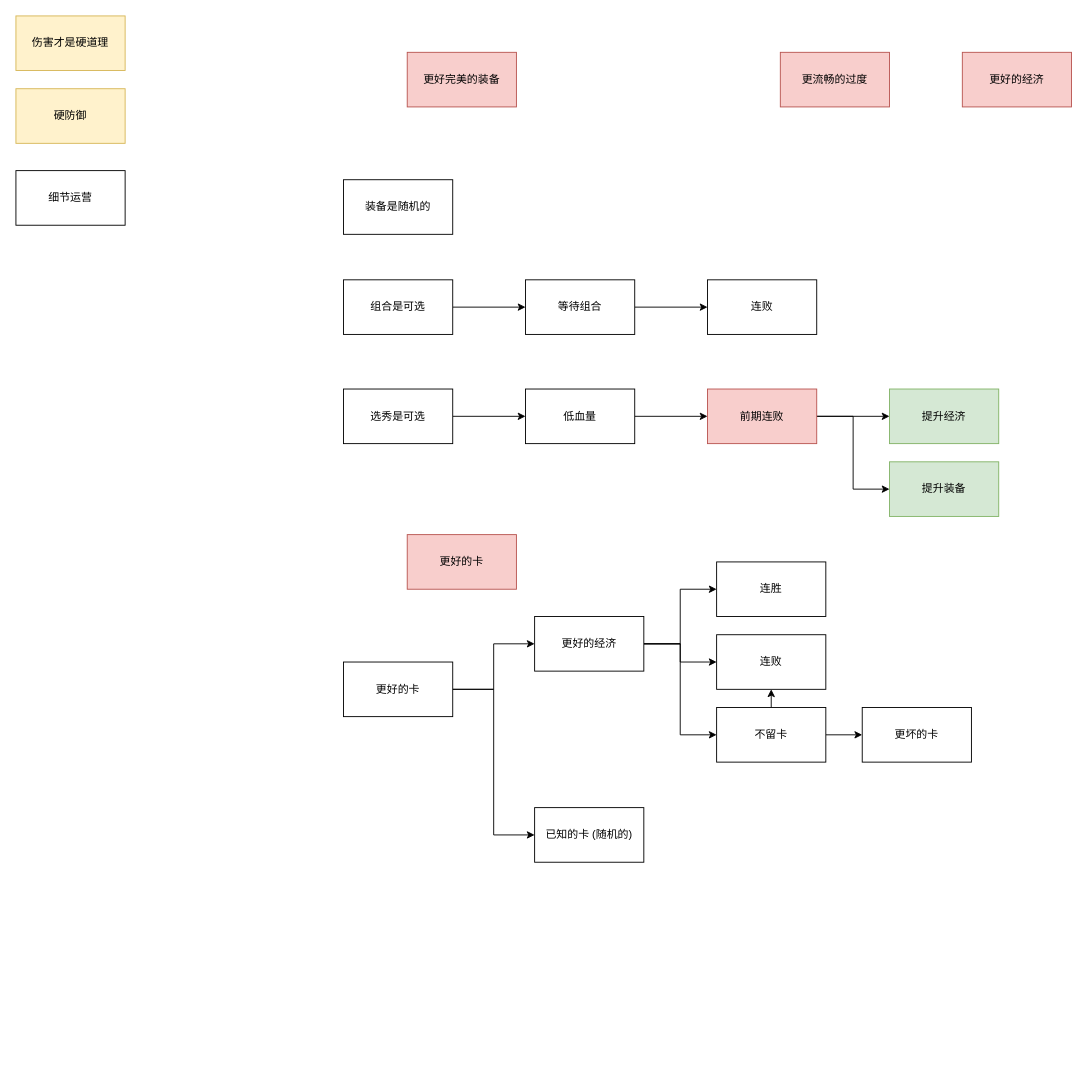
idbanfan/drawio keeps this draw.io diagram as page "胜利策略" (3 of 3) of 未命名绘图.drawio. Above is the earlier version. Source tidied: cells renumbered, new cells numbered last; positions are measured from the earlier drawing's top-left corner, leaving out a move shared by most shapes. Both pictures are drawn from the tidied source at 91%, with x=0, y=0 at pixel (15, 15).
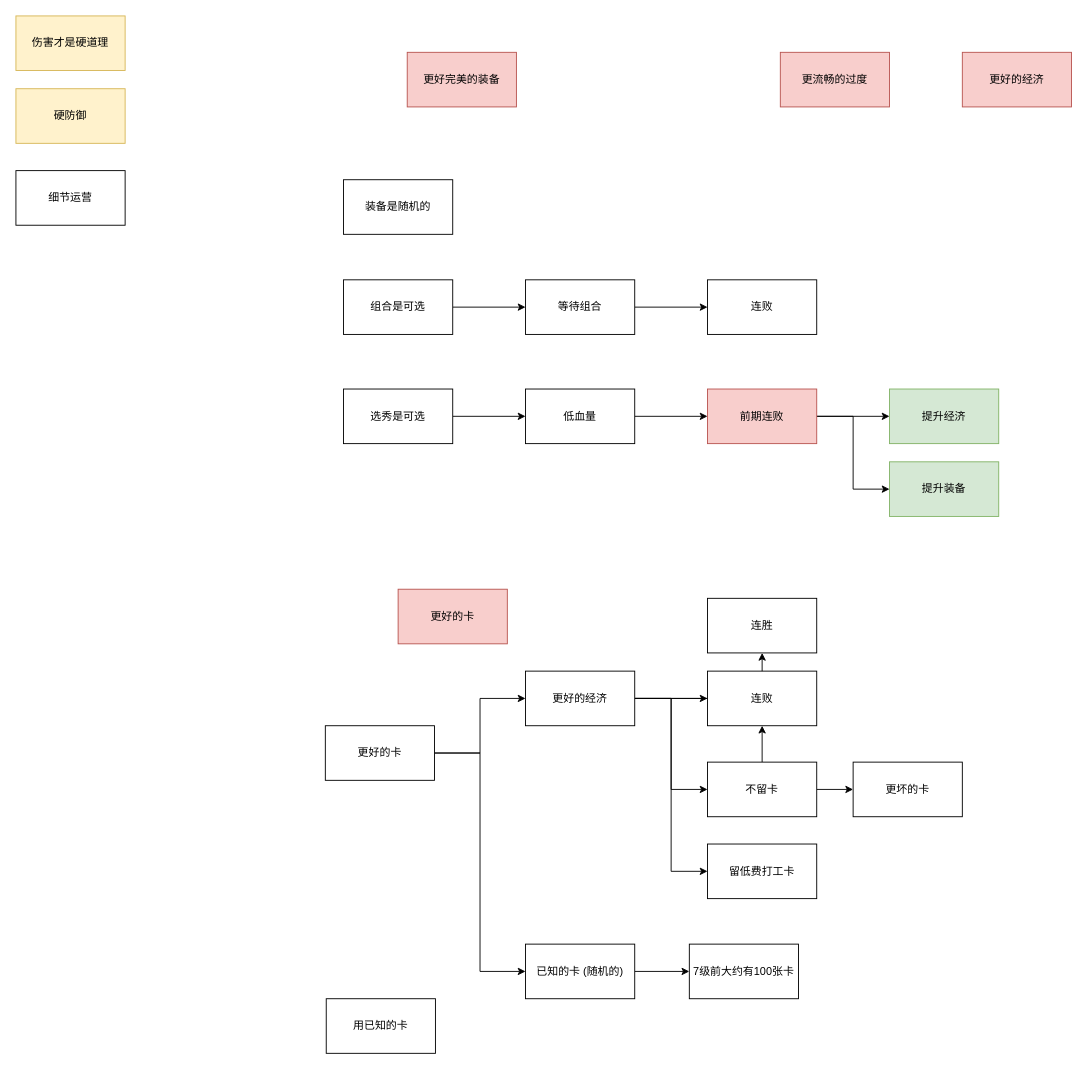
The same page after the edit.

Commit message:
更新未命名绘图.drawio

Change to the diagram source:
```diff
@@
     <mxCell id="3" value="更好的卡" style="rounded=0;whiteSpace=wrap;html=1;fillColor=#f8cecc;strokeColor=#b85450;" parent="1" vertex="1">
-      <mxGeometry x="430" y="570" width="120" height="60" as="geometry" />
+      <mxGeometry x="420" y="630" width="120" height="60" as="geometry" />
     </mxCell>
@@
     <mxCell id="26" value="更好的卡" style="rounded=0;whiteSpace=wrap;html=1;" parent="1" vertex="1">
-      <mxGeometry x="360" y="710" width="120" height="60" as="geometry" />
+      <mxGeometry x="340" y="780" width="120" height="60" as="geometry" />
     </mxCell>
+    <mxCell id="38" style="edgeStyle=orthogonalEdgeStyle;rounded=0;jettySize=auto;html=1;" parent="1" edge="1" source="27" target="42">
+      <mxGeometry relative="1" as="geometry" />
+    </mxCell>
     <mxCell id="27" value="已知的卡 (随机的)" style="rounded=0;whiteSpace=wrap;html=1;" parent="1" vertex="1">
-      <mxGeometry x="570" y="870" width="120" height="60" as="geometry" />
+      <mxGeometry x="560" y="1020" width="120" height="60" as="geometry" />
     </mxCell>
@@
+    <mxCell id="39" style="edgeStyle=orthogonalEdgeStyle;rounded=0;jettySize=auto;html=1;entryX=0;entryY=0.5;entryDx=0;entryDy=0;" parent="1" edge="1" source="31" target="40">
+      <mxGeometry relative="1" as="geometry" />
+    </mxCell>
     <mxCell id="31" value="更好的经济" style="whiteSpace=wrap;html=1;rounded=0;" parent="1" vertex="1">
-      <mxGeometry x="570" y="660" width="120" height="60" as="geometry" />
+      <mxGeometry x="560" y="720" width="120" height="60" as="geometry" />
     </mxCell>
     <mxCell id="32" value="连胜" style="whiteSpace=wrap;html=1;rounded=0;" parent="1" vertex="1">
-      <mxGeometry x="770" y="600" width="120" height="60" as="geometry" />
+      <mxGeometry x="760" y="640" width="120" height="60" as="geometry" />
     </mxCell>
     <mxCell id="33" value="连败" style="whiteSpace=wrap;html=1;rounded=0;" parent="1" vertex="1">
-      <mxGeometry x="770" y="680" width="120" height="60" as="geometry" />
+      <mxGeometry x="760" y="720" width="120" height="60" as="geometry" />
     </mxCell>
@@
     <mxCell id="36" value="不留卡" style="whiteSpace=wrap;html=1;rounded=0;" parent="1" vertex="1">
-      <mxGeometry x="770" y="760" width="120" height="60" as="geometry" />
+      <mxGeometry x="760" y="820" width="120" height="60" as="geometry" />
     </mxCell>
     <mxCell id="37" value="更坏的卡" style="whiteSpace=wrap;html=1;rounded=0;" parent="1" vertex="1">
-      <mxGeometry x="930" y="760" width="120" height="60" as="geometry" />
+      <mxGeometry x="920" y="820" width="120" height="60" as="geometry" />
     </mxCell>
+    <mxCell id="40" value="留低费打工卡" style="whiteSpace=wrap;html=1;rounded=0;" parent="1" vertex="1">
+      <mxGeometry x="760" y="910" width="120" height="60" as="geometry" />
+    </mxCell>
+    <mxCell id="41" value="用已知的卡" style="rounded=0;whiteSpace=wrap;html=1;" parent="1" vertex="1">
+      <mxGeometry x="341" y="1080" width="120" height="60" as="geometry" />
+    </mxCell>
+    <mxCell id="42" value="7级前大约有100张卡" style="rounded=0;whiteSpace=wrap;html=1;" parent="1" vertex="1">
+      <mxGeometry x="740" y="1020" width="120" height="60" as="geometry" />
+    </mxCell>
```
